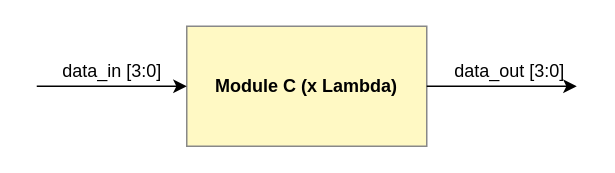
Before: diagram/drawio/Inv/ModuleC.drawio in LQLManZz/AES128-Verilog, a draw.io diagram. Source tidied: cells renumbered, new cells numbered last; positions are measured from the earlier drawing's top-left corner, leaving out a move shared by most shapes. Both pictures are drawn from the tidied source at 150%, with x=0, y=0 at pixel (36, 26).
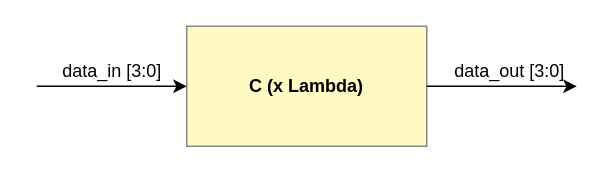
The same diagram, later.

Change to the diagram source:
```diff
@@
 <mxGraphModel>
   <root>
     <mxCell id="0" />
     <mxCell id="1" parent="0" />
-    <mxCell id="2" value="Module C (x Lambda)" style="rounded=0;whiteSpace=wrap;html=1;fillColor=#FFF9C4;strokeColor=#888;color:#000000;fontStyle=1;" parent="1" vertex="1">
+    <mxCell id="2" value="C (x Lambda)" style="rounded=0;whiteSpace=wrap;html=1;fillColor=#FFF9C4;strokeColor=#888;color:#000000;fontStyle=1;" parent="1" vertex="1">
       <mxGeometry x="100" width="160" height="80" as="geometry" />
     </mxCell>
     <mxCell id="3" style="endArrow=classic;html=1;entryX=0;entryY=0.5;entryDx=0;entryDy=0;" parent="1" edge="1" target="2">
       <mxGeometry relative="1" as="geometry">
         <mxPoint y="40" as="sourcePoint" />
       </mxGeometry>
     </mxCell>
     <mxCell id="4" value="data_in [3:0]" style="text;html=1;align=center;verticalAlign=middle;strokeColor=none;fillColor=none;" parent="1" vertex="1">
       <mxGeometry x="10" y="20" width="80" height="20" as="geometry" />
     </mxCell>
     <mxCell id="5" style="endArrow=classic;html=1;exitX=1;exitY=0.5;exitDx=0;exitDy=0;" parent="1" edge="1" source="2">
       <mxGeometry relative="1" as="geometry">
         <mxPoint x="360" y="40" as="targetPoint" />
       </mxGeometry>
     </mxCell>
     <mxCell id="6" value="data_out [3:0]" style="text;html=1;align=center;verticalAlign=middle;strokeColor=none;fillColor=none;" parent="1" vertex="1">
       <mxGeometry x="270" y="20" width="90" height="20" as="geometry" />
     </mxCell>
   </root>
 </mxGraphModel>
```
